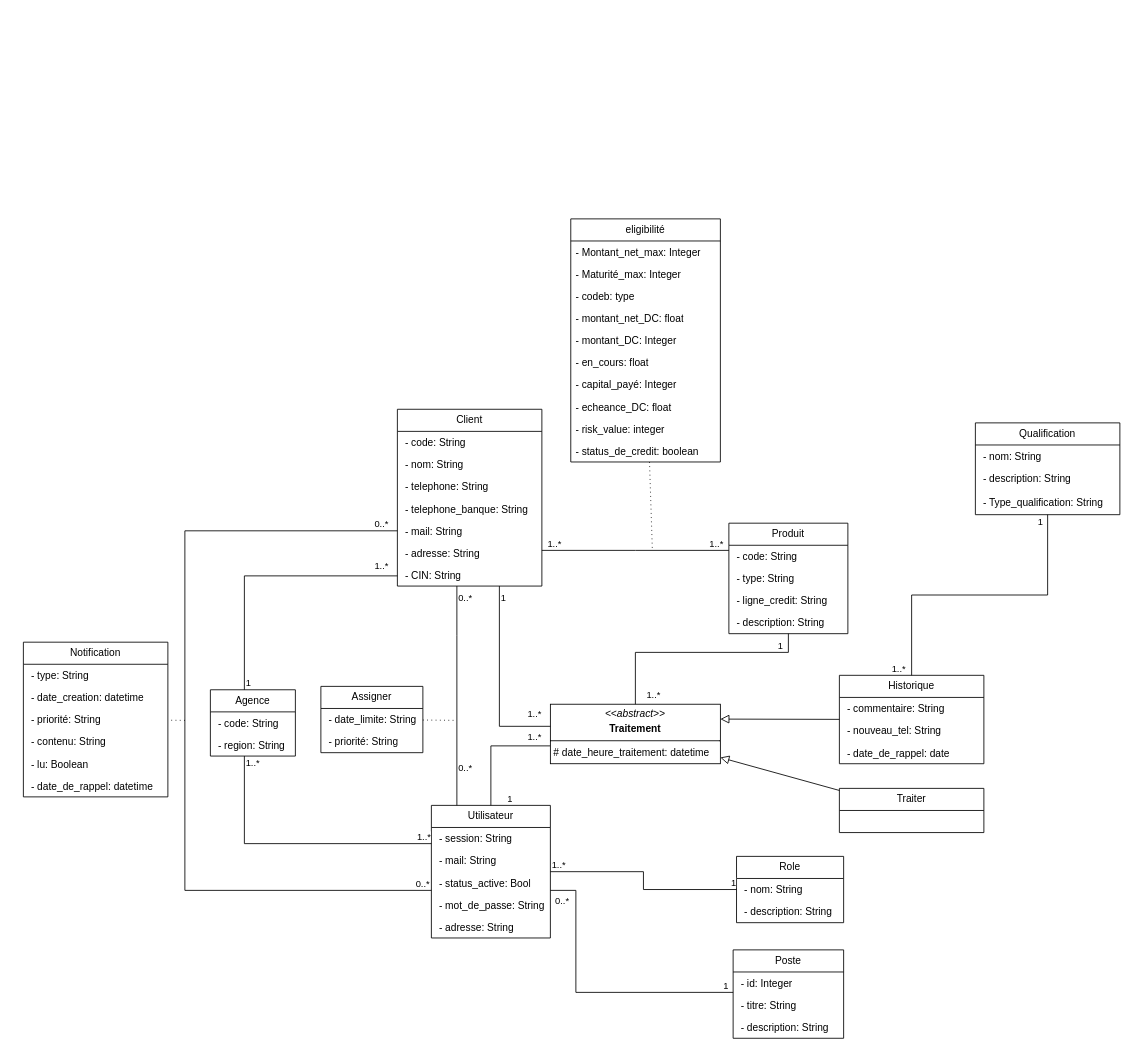
Earlier version of the draw.io diagram diagram.drawio (34arsonEddy/ABM). Source tidied: cells renumbered, new cells numbered last; positions are measured from the earlier drawing's top-left corner, leaving out a move shared by most shapes. Both pictures are drawn from the tidied source at 85%, with x=0, y=0 at pixel (23, 218).
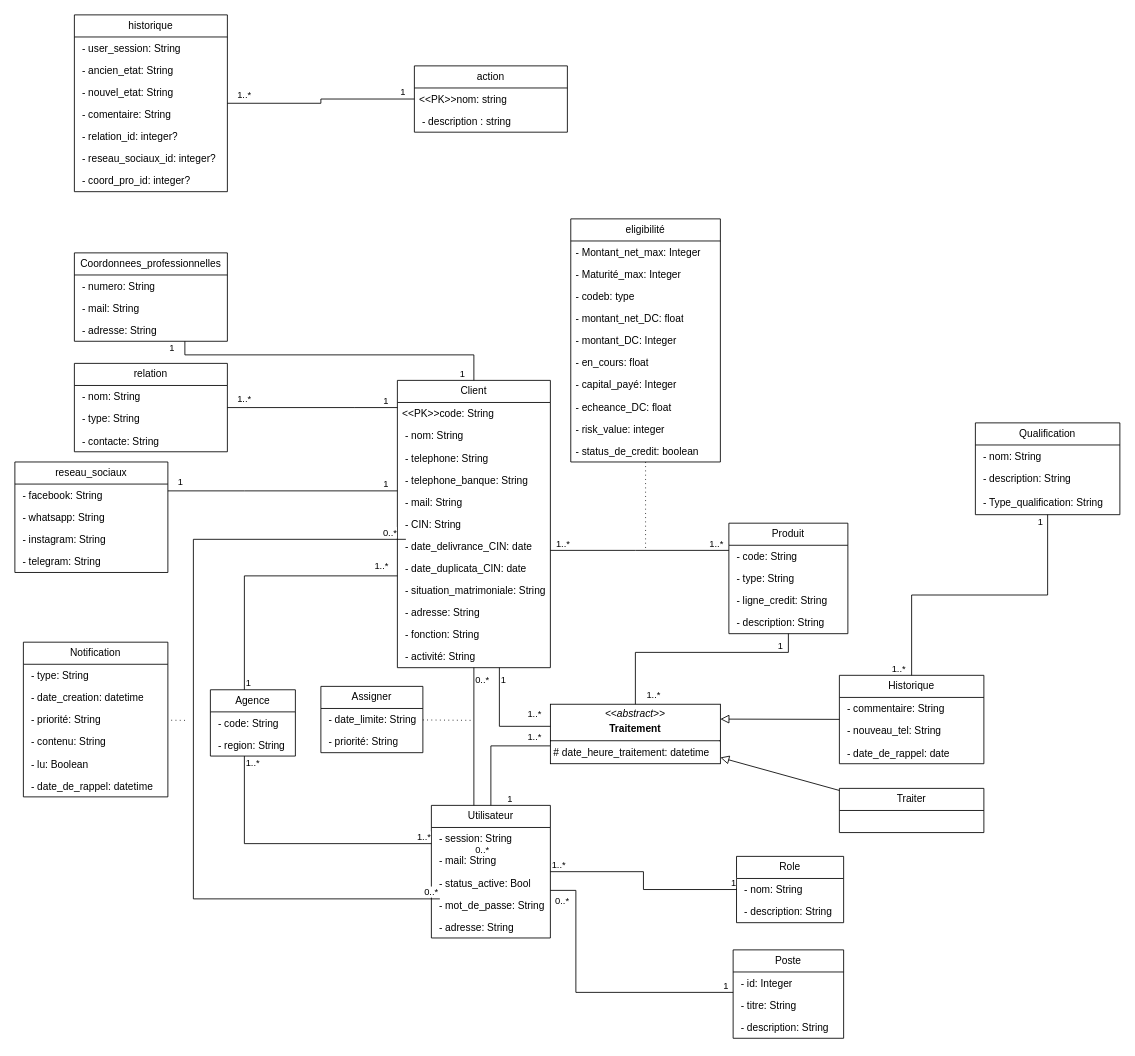
Above is the later version.

Commit message:
Mettre à jour diagram.drawio

The change refers to these unchanged cells:
```xml
<mxCell id="18" value="Utilisateur" style="swimlane;fontStyle=0;horizontal=1;startSize=26;fillColor=none;whiteSpace=wrap;html=1;" parent="1" vertex="1">
  <mxGeometry x="480" y="690" width="140" height="156" as="geometry" />
</mxCell>
<mxCell id="46" value="eligibilité" style="swimlane;fontStyle=0;horizontal=1;startSize=26;fillColor=none;whiteSpace=wrap;html=1;" parent="1" vertex="1">
  <mxGeometry x="644" width="176" height="286" as="geometry" />
</mxCell>
<mxCell id="98" value="Assigner" style="swimlane;fontStyle=0;horizontal=1;startSize=26;fillColor=none;whiteSpace=wrap;html=1;" parent="1" vertex="1">
  <mxGeometry x="350" y="550" width="120" height="78" as="geometry" />
</mxCell>
```

The edit, as a diff of the source:
```diff
@@
     <mxCell id="2" value="Client" style="swimlane;fontStyle=0;horizontal=1;startSize=26;fillColor=none;whiteSpace=wrap;html=1;" parent="1" vertex="1">
-      <mxGeometry x="440" y="224" width="170" height="208" as="geometry" />
+      <mxGeometry x="440" y="190" width="180" height="338" as="geometry" />
     </mxCell>
-    <mxCell id="3" value="&amp;nbsp;- code: String" style="text;strokeColor=none;fillColor=none;align=left;verticalAlign=top;spacingLeft=4;spacingRight=4;overflow=hidden;whiteSpace=wrap;html=1;" parent="2" vertex="1">
-      <mxGeometry y="26" width="170" height="26" as="geometry" />
+    <mxCell id="3" value="&amp;lt;&amp;lt;PK&amp;gt;&amp;gt;code: String" style="text;strokeColor=none;fillColor=none;align=left;verticalAlign=top;spacingLeft=4;spacingRight=4;overflow=hidden;whiteSpace=wrap;html=1;" parent="2" vertex="1">
+      <mxGeometry y="26" width="180" height="26" as="geometry" />
     </mxCell>
     <mxCell id="4" value="&amp;nbsp;- nom: String" style="text;strokeColor=none;fillColor=none;align=left;verticalAlign=top;spacingLeft=4;spacingRight=4;overflow=hidden;whiteSpace=wrap;html=1;" parent="2" vertex="1">
-      <mxGeometry y="52" width="170" height="26" as="geometry" />
+      <mxGeometry y="52" width="180" height="26" as="geometry" />
     </mxCell>
     <mxCell id="5" value="&amp;nbsp;- telephone: String" style="text;strokeColor=none;fillColor=none;align=left;verticalAlign=top;spacingLeft=4;spacingRight=4;overflow=hidden;whiteSpace=wrap;html=1;" parent="2" vertex="1">
-      <mxGeometry y="78" width="170" height="26" as="geometry" />
+      <mxGeometry y="78" width="180" height="26" as="geometry" />
     </mxCell>
     <mxCell id="6" value="&amp;nbsp;- telephone_banque: String" style="text;strokeColor=none;fillColor=none;align=left;verticalAlign=top;spacingLeft=4;spacingRight=4;overflow=hidden;whiteSpace=wrap;html=1;" parent="2" vertex="1">
-      <mxGeometry y="104" width="170" height="26" as="geometry" />
+      <mxGeometry y="104" width="180" height="26" as="geometry" />
     </mxCell>
     <mxCell id="7" value="&amp;nbsp;- mail: String" style="text;strokeColor=none;fillColor=none;align=left;verticalAlign=top;spacingLeft=4;spacingRight=4;overflow=hidden;whiteSpace=wrap;html=1;" parent="2" vertex="1">
-      <mxGeometry y="130" width="170" height="26" as="geometry" />
+      <mxGeometry y="130" width="180" height="26" as="geometry" />
     </mxCell>
+    <mxCell id="9" value="&amp;nbsp;- CIN: String" style="text;strokeColor=none;fillColor=none;align=left;verticalAlign=top;spacingLeft=4;spacingRight=4;overflow=hidden;whiteSpace=wrap;html=1;" parent="2" vertex="1">
+      <mxGeometry y="156" width="180" height="26" as="geometry" />
+    </mxCell>
+    <mxCell id="102" value="&amp;nbsp;- date_delivrance_CIN: date" style="text;strokeColor=none;fillColor=none;align=left;verticalAlign=top;spacingLeft=4;spacingRight=4;overflow=hidden;whiteSpace=wrap;html=1;" parent="2" vertex="1">
+      <mxGeometry y="182" width="180" height="26" as="geometry" />
+    </mxCell>
+    <mxCell id="103" value="&amp;nbsp;- date_duplicata_CIN: date" style="text;strokeColor=none;fillColor=none;align=left;verticalAlign=top;spacingLeft=4;spacingRight=4;overflow=hidden;whiteSpace=wrap;html=1;" parent="2" vertex="1">
+      <mxGeometry y="208" width="180" height="26" as="geometry" />
+    </mxCell>
+    <mxCell id="104" value="&amp;nbsp;- situation_matrimoniale: String" style="text;strokeColor=none;fillColor=none;align=left;verticalAlign=top;spacingLeft=4;spacingRight=4;overflow=hidden;whiteSpace=wrap;html=1;" parent="2" vertex="1">
+      <mxGeometry y="234" width="180" height="26" as="geometry" />
+    </mxCell>
     <mxCell id="8" value="&amp;nbsp;- adresse: String" style="text;strokeColor=none;fillColor=none;align=left;verticalAlign=top;spacingLeft=4;spacingRight=4;overflow=hidden;whiteSpace=wrap;html=1;" parent="2" vertex="1">
-      <mxGeometry y="156" width="170" height="26" as="geometry" />
+      <mxGeometry y="260" width="180" height="26" as="geometry" />
     </mxCell>
-    <mxCell id="9" value="&amp;nbsp;- CIN: String" style="text;strokeColor=none;fillColor=none;align=left;verticalAlign=top;spacingLeft=4;spacingRight=4;overflow=hidden;whiteSpace=wrap;html=1;" parent="2" vertex="1">
-      <mxGeometry y="182" width="170" height="26" as="geometry" />
-    </mxCell>
+    <mxCell id="105" value="&amp;nbsp;- fonction: String" style="text;strokeColor=none;fillColor=none;align=left;verticalAlign=top;spacingLeft=4;spacingRight=4;overflow=hidden;whiteSpace=wrap;html=1;" parent="2" vertex="1">
+      <mxGeometry y="286" width="180" height="26" as="geometry" />
+    </mxCell>
+    <mxCell id="106" value="&amp;nbsp;- activité: String" style="text;strokeColor=none;fillColor=none;align=left;verticalAlign=top;spacingLeft=4;spacingRight=4;overflow=hidden;whiteSpace=wrap;html=1;" parent="2" vertex="1">
+      <mxGeometry y="312" width="180" height="26" as="geometry" />
+    </mxCell>
@@
     <mxCell id="57" style="endArrow=none;dashed=1;html=1;dashPattern=1 4;strokeWidth=1;rounded=0;jumpSize=2;endSize=2;startSize=5;" parent="1" edge="1" source="46">
       <mxGeometry relative="1" as="geometry">
-        <mxPoint x="740" y="390" as="targetPoint" />
+        <mxPoint x="732" y="390" as="targetPoint" />
       </mxGeometry>
     </mxCell>
@@
-    <mxCell id="91" style="endArrow=none;html=1;edgeStyle=orthogonalEdgeStyle;rounded=0;" parent="1" edge="1" source="18" target="2">
+    <mxCell id="91" style="endArrow=none;html=1;edgeStyle=orthogonalEdgeStyle;rounded=0;" parent="1" edge="1" source="107" target="2">
       <mxGeometry relative="1" as="geometry">
         <Array as="points">
-          <mxPoint x="190" y="790" />
-          <mxPoint x="190" y="367" />
+          <mxPoint x="190" y="160" />
+          <mxPoint x="530" y="160" />
         </Array>
       </mxGeometry>
     </mxCell>
-    <mxCell id="92" value="0..*" style="edgeLabel;html=1;align=left;verticalAlign=bottom;" parent="91" vertex="1">
+    <mxCell id="92" value="1" style="edgeLabel;html=1;align=left;verticalAlign=bottom;" parent="91" vertex="1">
       <mxGeometry x="-1" relative="1" as="geometry">
-        <mxPoint x="-20" as="offset" />
+        <mxPoint x="-20" y="16" as="offset" />
       </mxGeometry>
     </mxCell>
-    <mxCell id="93" value="0..*" style="edgeLabel;html=1;align=right;verticalAlign=bottom;" parent="91" vertex="1">
+    <mxCell id="93" value="&lt;div&gt;1&lt;/div&gt;" style="edgeLabel;html=1;align=right;verticalAlign=bottom;" parent="91" vertex="1">
       <mxGeometry x="1" relative="1" as="geometry">
         <mxPoint x="-10" as="offset" />
       </mxGeometry>
     </mxCell>
@@
     <mxCell id="101" style="endArrow=none;dashed=1;html=1;dashPattern=1 4;strokeWidth=1;rounded=0;jumpSize=2;endSize=2;startSize=5;" parent="1" edge="1" source="98">
       <mxGeometry relative="1" as="geometry">
-        <mxPoint x="510" y="590" as="targetPoint" />
+        <mxPoint x="530" y="590" as="targetPoint" />
       </mxGeometry>
     </mxCell>
+    <mxCell id="107" value="Coordonnees_professionnelles" style="swimlane;fontStyle=0;horizontal=1;startSize=26;fillColor=none;whiteSpace=wrap;html=1;" parent="1" vertex="1">
+      <mxGeometry x="60" y="40" width="180" height="104" as="geometry" />
+    </mxCell>
+    <mxCell id="108" value="&amp;nbsp;- numero: String" style="text;strokeColor=none;fillColor=none;align=left;verticalAlign=top;spacingLeft=4;spacingRight=4;overflow=hidden;whiteSpace=wrap;html=1;" parent="107" vertex="1">
+      <mxGeometry y="26" width="180" height="26" as="geometry" />
+    </mxCell>
+    <mxCell id="109" value="&amp;nbsp;- mail: String" style="text;strokeColor=none;fillColor=none;align=left;verticalAlign=top;spacingLeft=4;spacingRight=4;overflow=hidden;whiteSpace=wrap;html=1;" parent="107" vertex="1">
+      <mxGeometry y="52" width="180" height="26" as="geometry" />
+    </mxCell>
+    <mxCell id="110" value="&amp;nbsp;- adresse: String" style="text;strokeColor=none;fillColor=none;align=left;verticalAlign=top;spacingLeft=4;spacingRight=4;overflow=hidden;whiteSpace=wrap;html=1;" parent="107" vertex="1">
+      <mxGeometry y="78" width="180" height="26" as="geometry" />
+    </mxCell>
+    <mxCell id="111" style="endArrow=none;html=1;edgeStyle=orthogonalEdgeStyle;rounded=0;" parent="1" edge="1">
+      <mxGeometry relative="1" as="geometry">
+        <mxPoint x="490" y="800" as="sourcePoint" />
+        <mxPoint x="450" y="377" as="targetPoint" />
+        <Array as="points">
+          <mxPoint x="200" y="800" />
+          <mxPoint x="200" y="377" />
+        </Array>
+      </mxGeometry>
+    </mxCell>
+    <mxCell id="112" value="0..*" style="edgeLabel;html=1;align=left;verticalAlign=bottom;" parent="111" vertex="1">
+      <mxGeometry x="-1" relative="1" as="geometry">
+        <mxPoint x="-20" as="offset" />
+      </mxGeometry>
+    </mxCell>
+    <mxCell id="113" value="0..*" style="edgeLabel;html=1;align=right;verticalAlign=bottom;" parent="111" vertex="1">
+      <mxGeometry x="1" relative="1" as="geometry">
+        <mxPoint x="-10" as="offset" />
+      </mxGeometry>
+    </mxCell>
+    <mxCell id="114" value="relation" style="swimlane;fontStyle=0;horizontal=1;startSize=26;fillColor=none;whiteSpace=wrap;html=1;" parent="1" vertex="1">
+      <mxGeometry x="60" y="170" width="180" height="104" as="geometry" />
+    </mxCell>
+    <mxCell id="115" value="&amp;nbsp;- nom: String" style="text;strokeColor=none;fillColor=none;align=left;verticalAlign=top;spacingLeft=4;spacingRight=4;overflow=hidden;whiteSpace=wrap;html=1;" parent="114" vertex="1">
+      <mxGeometry y="26" width="180" height="26" as="geometry" />
+    </mxCell>
+    <mxCell id="116" value="&amp;nbsp;- type: String" style="text;strokeColor=none;fillColor=none;align=left;verticalAlign=top;spacingLeft=4;spacingRight=4;overflow=hidden;whiteSpace=wrap;html=1;" parent="114" vertex="1">
+      <mxGeometry y="52" width="180" height="26" as="geometry" />
+    </mxCell>
+    <mxCell id="117" value="&lt;div&gt;&amp;nbsp;- contacte: String&lt;/div&gt;" style="text;strokeColor=none;fillColor=none;align=left;verticalAlign=top;spacingLeft=4;spacingRight=4;overflow=hidden;whiteSpace=wrap;html=1;" parent="114" vertex="1">
+      <mxGeometry y="78" width="180" height="26" as="geometry" />
+    </mxCell>
+    <mxCell id="118" style="endArrow=none;html=1;edgeStyle=orthogonalEdgeStyle;rounded=0;" parent="1" edge="1" source="114" target="2">
+      <mxGeometry relative="1" as="geometry">
+        <Array as="points">
+          <mxPoint x="390" y="222" />
+          <mxPoint x="390" y="222" />
+        </Array>
+      </mxGeometry>
+    </mxCell>
+    <mxCell id="119" value="1..*" style="edgeLabel;html=1;align=left;verticalAlign=bottom;" parent="118" vertex="1">
+      <mxGeometry x="-1" relative="1" as="geometry">
+        <mxPoint x="10" y="-2" as="offset" />
+      </mxGeometry>
+    </mxCell>
+    <mxCell id="120" value="&lt;div&gt;1&lt;/div&gt;" style="edgeLabel;html=1;align=right;verticalAlign=bottom;" parent="118" vertex="1">
+      <mxGeometry x="1" relative="1" as="geometry">
+        <mxPoint x="-10" as="offset" />
+      </mxGeometry>
+    </mxCell>
+    <mxCell id="121" value="&lt;div&gt;reseau_sociaux&lt;/div&gt;" style="swimlane;fontStyle=0;horizontal=1;startSize=26;fillColor=none;whiteSpace=wrap;html=1;" parent="1" vertex="1">
+      <mxGeometry x="-10" y="286" width="180" height="130" as="geometry" />
+    </mxCell>
+    <mxCell id="122" value="&amp;nbsp;- facebook: String" style="text;strokeColor=none;fillColor=none;align=left;verticalAlign=top;spacingLeft=4;spacingRight=4;overflow=hidden;whiteSpace=wrap;html=1;" parent="121" vertex="1">
+      <mxGeometry y="26" width="180" height="26" as="geometry" />
+    </mxCell>
+    <mxCell id="123" value="&amp;nbsp;- whatsapp: String" style="text;strokeColor=none;fillColor=none;align=left;verticalAlign=top;spacingLeft=4;spacingRight=4;overflow=hidden;whiteSpace=wrap;html=1;" parent="121" vertex="1">
+      <mxGeometry y="52" width="180" height="26" as="geometry" />
+    </mxCell>
+    <mxCell id="124" value="&lt;div&gt;&amp;nbsp;- instagram: String&lt;/div&gt;" style="text;strokeColor=none;fillColor=none;align=left;verticalAlign=top;spacingLeft=4;spacingRight=4;overflow=hidden;whiteSpace=wrap;html=1;" parent="121" vertex="1">
+      <mxGeometry y="78" width="180" height="26" as="geometry" />
+    </mxCell>
+    <mxCell id="125" value="&lt;div&gt;&amp;nbsp;- telegram: String&lt;/div&gt;" style="text;strokeColor=none;fillColor=none;align=left;verticalAlign=top;spacingLeft=4;spacingRight=4;overflow=hidden;whiteSpace=wrap;html=1;" parent="121" vertex="1">
+      <mxGeometry y="104" width="180" height="26" as="geometry" />
+    </mxCell>
+    <mxCell id="126" style="endArrow=none;html=1;edgeStyle=orthogonalEdgeStyle;rounded=0;" parent="1" edge="1" source="121" target="2">
+      <mxGeometry relative="1" as="geometry">
+        <Array as="points">
+          <mxPoint x="260" y="320" />
+          <mxPoint x="260" y="320" />
+        </Array>
+      </mxGeometry>
+    </mxCell>
+    <mxCell id="127" value="1" style="edgeLabel;html=1;align=left;verticalAlign=bottom;" parent="126" vertex="1">
+      <mxGeometry x="-1" relative="1" as="geometry">
+        <mxPoint x="10" y="-2" as="offset" />
+      </mxGeometry>
+    </mxCell>
+    <mxCell id="128" value="&lt;div&gt;1&lt;/div&gt;" style="edgeLabel;html=1;align=right;verticalAlign=bottom;" parent="126" vertex="1">
+      <mxGeometry x="1" relative="1" as="geometry">
+        <mxPoint x="-10" as="offset" />
+      </mxGeometry>
+    </mxCell>
+    <mxCell id="129" value="&lt;div&gt;historique&lt;/div&gt;" style="swimlane;fontStyle=0;horizontal=1;startSize=26;fillColor=none;whiteSpace=wrap;html=1;" parent="1" vertex="1">
+      <mxGeometry x="60" y="-240" width="180" height="208" as="geometry" />
+    </mxCell>
+    <mxCell id="130" value="&amp;nbsp;- user_session: String" style="text;strokeColor=none;fillColor=none;align=left;verticalAlign=top;spacingLeft=4;spacingRight=4;overflow=hidden;whiteSpace=wrap;html=1;" parent="129" vertex="1">
+      <mxGeometry y="26" width="180" height="26" as="geometry" />
+    </mxCell>
+    <mxCell id="131" value="&amp;nbsp;- ancien_etat: String" style="text;strokeColor=none;fillColor=none;align=left;verticalAlign=top;spacingLeft=4;spacingRight=4;overflow=hidden;whiteSpace=wrap;html=1;" parent="129" vertex="1">
+      <mxGeometry y="52" width="180" height="26" as="geometry" />
+    </mxCell>
+    <mxCell id="132" value="&amp;nbsp;- nouvel_etat: String" style="text;strokeColor=none;fillColor=none;align=left;verticalAlign=top;spacingLeft=4;spacingRight=4;overflow=hidden;whiteSpace=wrap;html=1;" parent="129" vertex="1">
+      <mxGeometry y="78" width="180" height="26" as="geometry" />
+    </mxCell>
+    <mxCell id="133" value="&amp;nbsp;- comentaire: String" style="text;strokeColor=none;fillColor=none;align=left;verticalAlign=top;spacingLeft=4;spacingRight=4;overflow=hidden;whiteSpace=wrap;html=1;" parent="129" vertex="1">
+      <mxGeometry y="104" width="180" height="26" as="geometry" />
+    </mxCell>
+    <mxCell id="134" value="&amp;nbsp;- relation_id: integer?" style="text;strokeColor=none;fillColor=none;align=left;verticalAlign=top;spacingLeft=4;spacingRight=4;overflow=hidden;whiteSpace=wrap;html=1;" parent="129" vertex="1">
+      <mxGeometry y="130" width="180" height="26" as="geometry" />
+    </mxCell>
+    <mxCell id="135" value="&amp;nbsp;- reseau_sociaux_id: integer?" style="text;strokeColor=none;fillColor=none;align=left;verticalAlign=top;spacingLeft=4;spacingRight=4;overflow=hidden;whiteSpace=wrap;html=1;" parent="129" vertex="1">
+      <mxGeometry y="156" width="180" height="26" as="geometry" />
+    </mxCell>
+    <mxCell id="136" value="&amp;nbsp;- coord_pro_id: integer?" style="text;strokeColor=none;fillColor=none;align=left;verticalAlign=top;spacingLeft=4;spacingRight=4;overflow=hidden;whiteSpace=wrap;html=1;" parent="129" vertex="1">
+      <mxGeometry y="182" width="180" height="26" as="geometry" />
+    </mxCell>
+    <mxCell id="137" value="action" style="swimlane;fontStyle=0;horizontal=1;startSize=26;fillColor=none;whiteSpace=wrap;html=1;" parent="1" vertex="1">
+      <mxGeometry x="460" y="-180" width="180" height="78" as="geometry" />
+    </mxCell>
+    <mxCell id="138" value="&amp;lt;&amp;lt;PK&amp;gt;&amp;gt;nom: string" style="text;strokeColor=none;fillColor=none;align=left;verticalAlign=top;spacingLeft=4;spacingRight=4;overflow=hidden;whiteSpace=wrap;html=1;" parent="137" vertex="1">
+      <mxGeometry y="26" width="180" height="26" as="geometry" />
+    </mxCell>
+    <mxCell id="139" value="&amp;nbsp;- description : string" style="text;strokeColor=none;fillColor=none;align=left;verticalAlign=top;spacingLeft=4;spacingRight=4;overflow=hidden;whiteSpace=wrap;html=1;" parent="137" vertex="1">
+      <mxGeometry y="52" width="180" height="26" as="geometry" />
+    </mxCell>
+    <mxCell id="140" style="endArrow=none;html=1;edgeStyle=orthogonalEdgeStyle;rounded=0;" parent="1" edge="1" source="129" target="137">
+      <mxGeometry relative="1" as="geometry" />
+    </mxCell>
+    <mxCell id="141" value="1..*" style="edgeLabel;html=1;align=left;verticalAlign=bottom;" parent="140" vertex="1">
+      <mxGeometry x="-1" relative="1" as="geometry">
+        <mxPoint x="10" y="-2" as="offset" />
+      </mxGeometry>
+    </mxCell>
+    <mxCell id="142" value="&lt;div&gt;1&lt;/div&gt;" style="edgeLabel;html=1;align=right;verticalAlign=bottom;" parent="140" vertex="1">
+      <mxGeometry x="1" relative="1" as="geometry">
+        <mxPoint x="-10" as="offset" />
+      </mxGeometry>
+    </mxCell>
```
